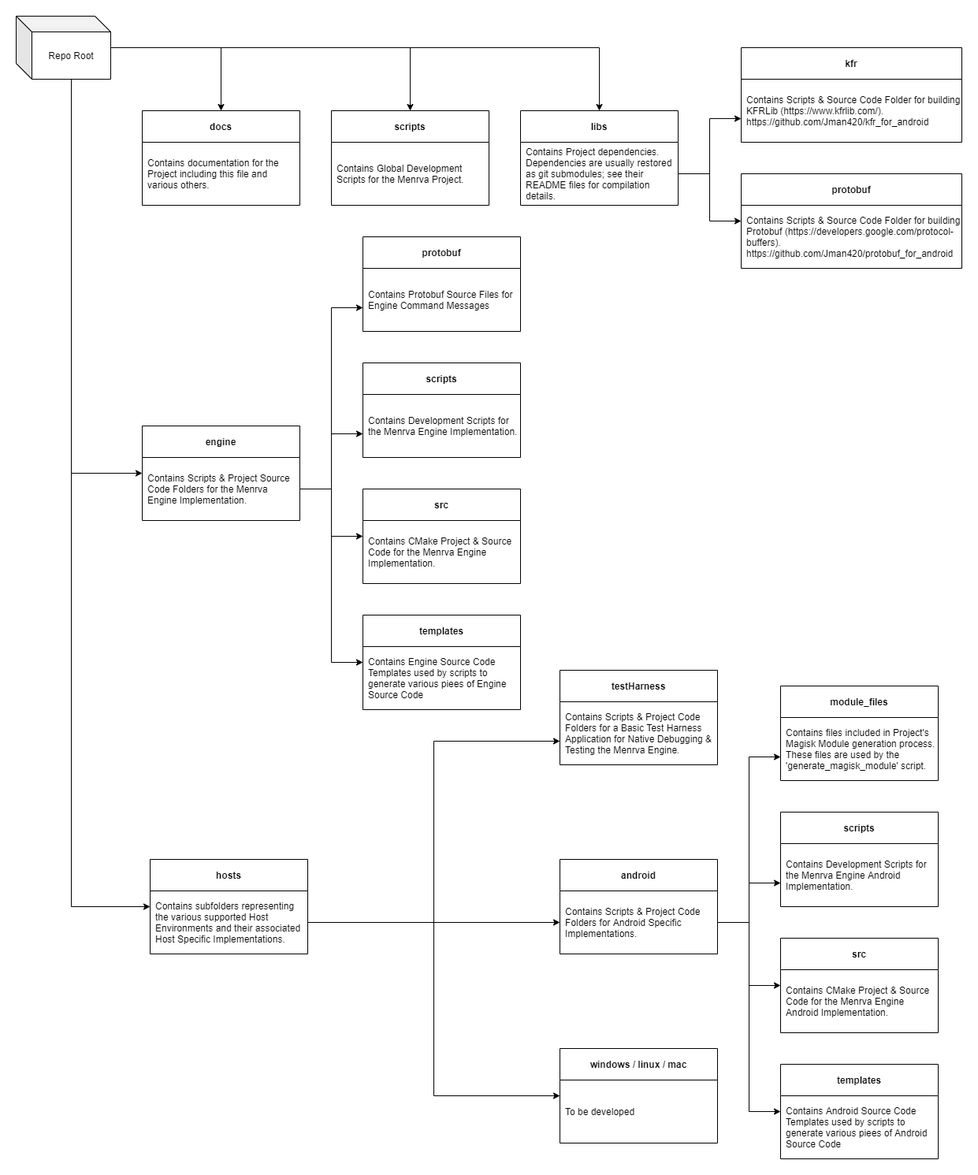
Before: docs/RepoStructure.png, a diagram exported from draw.io (Jman420/menrva). Source tidied: cells renumbered, new cells last; positions are measured from the earlier drawing's top-left corner, leaving out a move shared by most shapes.
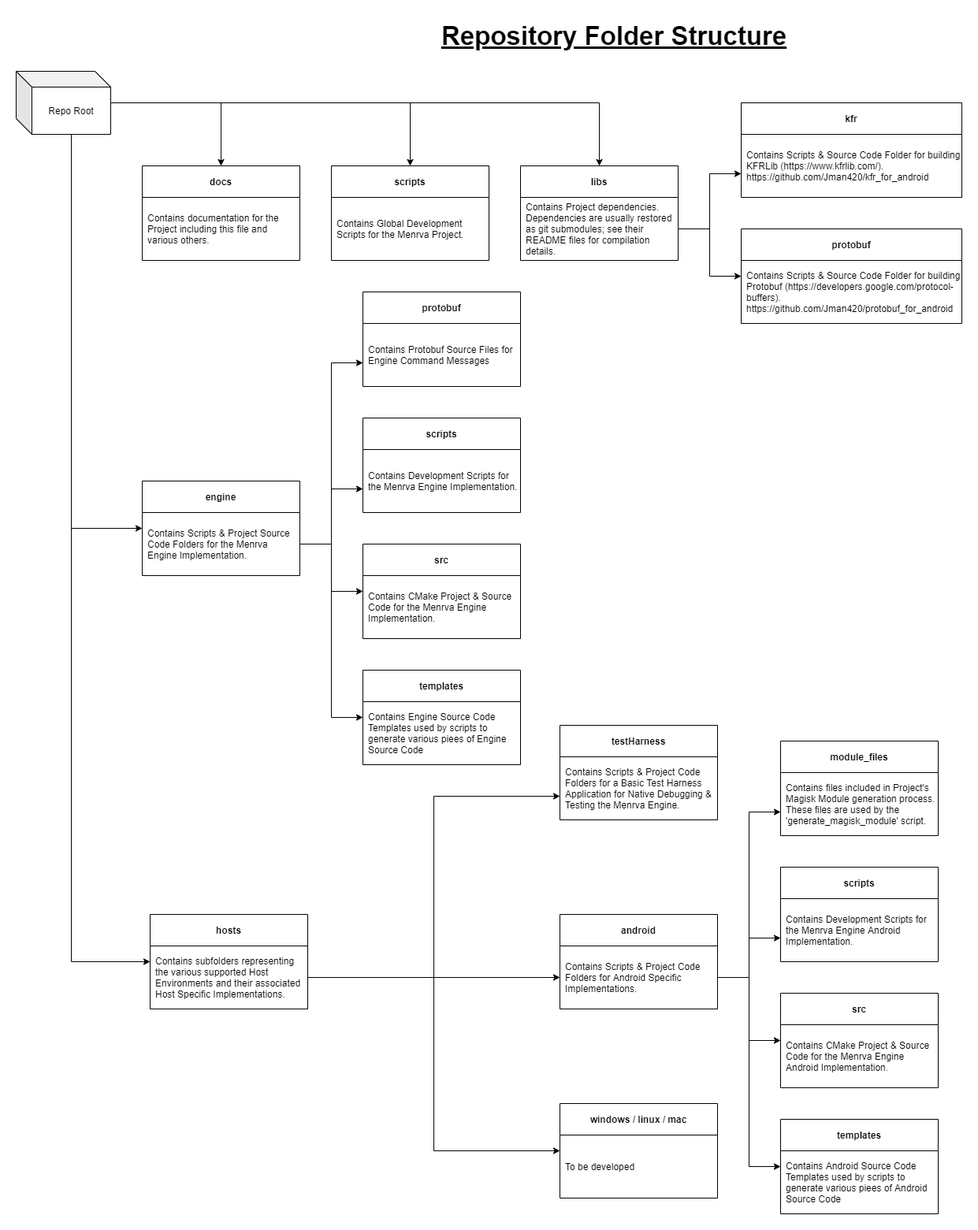
The same file after the commit.

Commit message:
Update Docs & Diagrams for new repo structure

The edit, as a diff of the source:
```diff
@@ -179,5 +179,8 @@
     <mxCell id="56" value="Contains Global Development Scripts for the Menrva Project." style="text;html=1;strokeColor=none;fillColor=none;align=left;verticalAlign=middle;whiteSpace=wrap;rounded=0;" parent="55" vertex="1">
       <mxGeometry x="5" y="40" width="195" height="80" as="geometry" />
     </mxCell>
+    <mxCell id="57" value="Repository Folder Structure" style="text;html=1;strokeColor=none;fillColor=none;align=center;verticalAlign=middle;whiteSpace=wrap;rounded=0;fontSize=33;fontStyle=5;" parent="1" vertex="1">
+      <mxGeometry x="433.8" y="-70" width="650" height="50" as="geometry" />
+    </mxCell>
   </root>
 </mxGraphModel>
```
